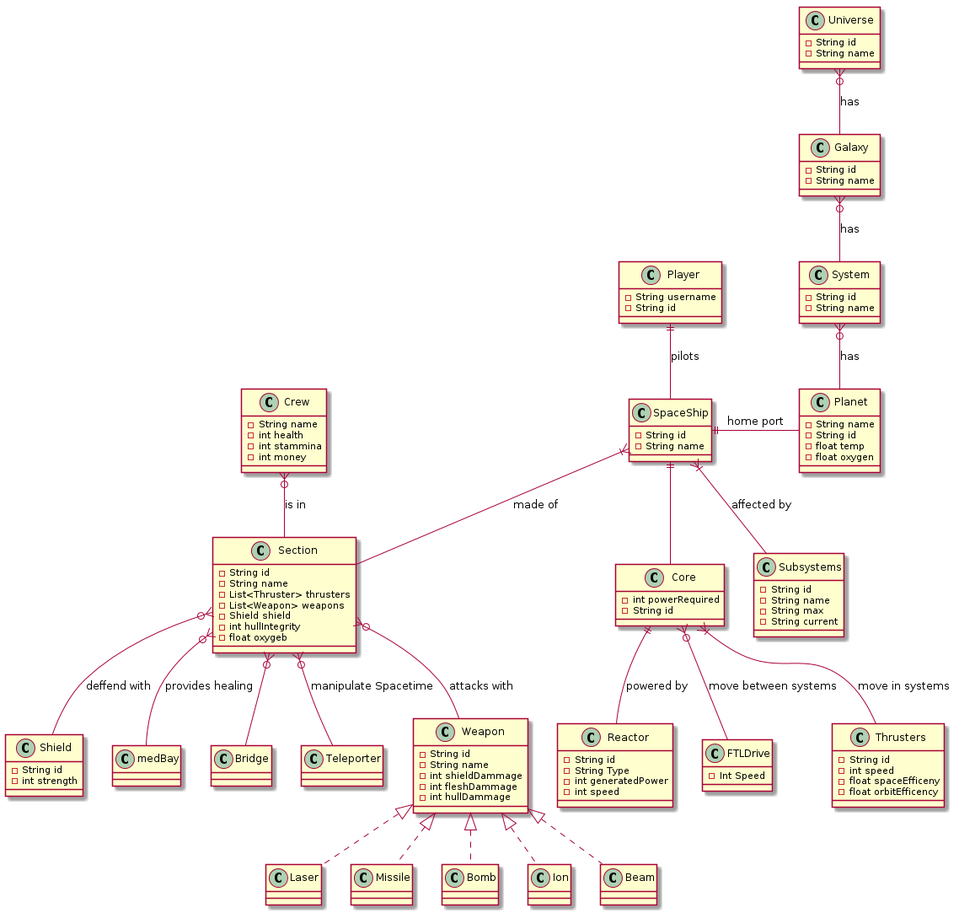
ksreyr/SpaceStudio keeps this PlantUML diagram as docs/raumschiff.png. Above is the earlier version.
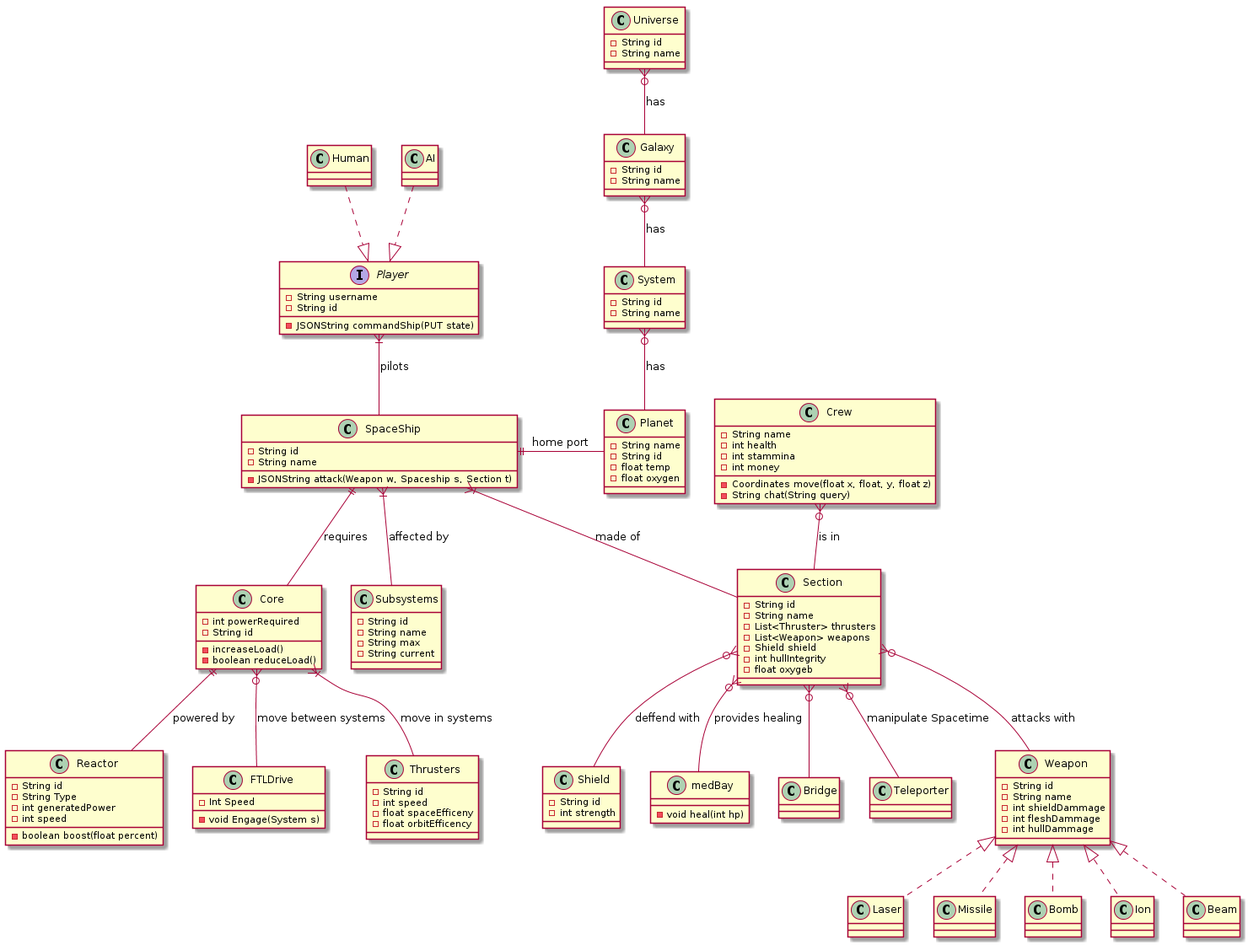
The same file after the commit.

Commit message:
Update Model with Clients

What changed in the source:
```diff
@@ -2,11 +2,14 @@
 class SpaceShip {
   - String id
   - String name
+  - JSONString attack(Weapon w, Spaceship s, Section t)
 }
 
 class Core {
   - int powerRequired
   - String id
+  - increaseLoad()
+  - boolean reduceLoad()
 }
 
 class Reactor {
@@ -14,11 +17,15 @@
   - String Type
   - int generatedPower
   - int speed
+  - boolean boost(float percent)
 }
+
 
 class FTLDrive {
   - Int Speed
+  - void Engage(System s)
 }
+
 
 class Subsystems {
   - String id
@@ -42,7 +49,9 @@
   - float oxygeb
 }
 
-class medBay
+class medBay {
+  - void heal(int hp)
+}
 class Bridge
 class Teleporter
 
@@ -73,14 +82,21 @@
   - int health
   - int stammina
   - int money
-
+  - Coordinates move(float x, float, y, float z)
+  - String chat(String query)
 }
 
-class Player {
+
+
+interface Player {
    - String username
    - String id
+   - JSONString commandShip(PUT state)
 }
 
+class AI
+
+class Human
 
 class Universe {
    - String id
@@ -110,12 +126,13 @@
 System }o-- Planet: has
 SpaceShip ||-right- Planet : home port
 
-Player ||-- SpaceShip: pilots
-
+Player }|-- SpaceShip: pilots
+Player <|.up. AI
+Player <|.up. Human
 
 SpaceShip }|-- Subsystems: affected by
 SpaceShip }|-- Section: made of
-SpaceShip ||-- Core
+SpaceShip ||-- Core: requires
 
 Core }|-- Thrusters: move in systems
 Core }o-- FTLDrive: move between systems
@@ -134,4 +151,5 @@
 Weapon <|.. Bomb
 Weapon <|.. Ion
 Weapon <|.. Beam
+
 @enduml
```
